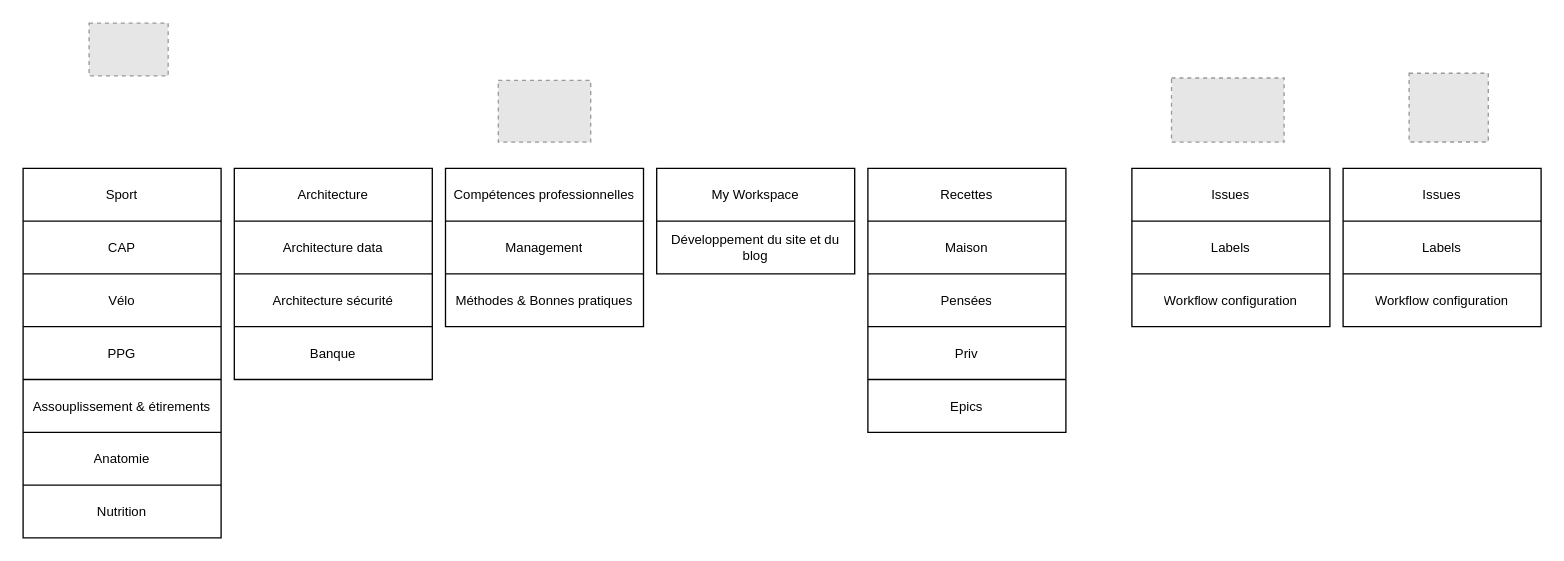
Earlier version of the draw.io diagram MyDesktop.drawio (TheFeloDevTeam/Diagrams). Source tidied: cells renumbered, new cells numbered last; positions are measured from the earlier drawing's top-left corner, leaving out a move shared by most shapes. Both pictures are drawn from the tidied source at 132%, with x=0, y=0 at pixel (22, 22). Pictures stored in the file or linked from it are replaced by grey dashed boxes.
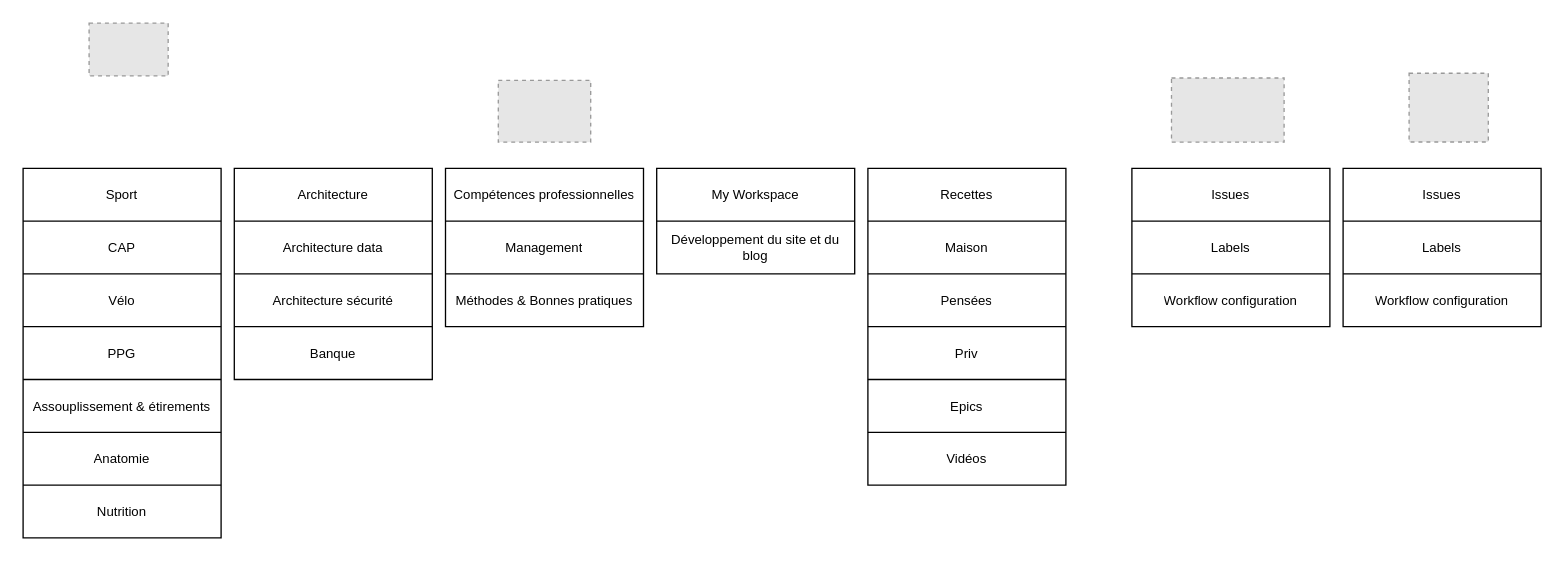
The same diagram, later.

Commit message:
maj avec vidéos

What changed in the source:
```diff
@@
     <mxCell id="58" style="shape=table;html=1;whiteSpace=wrap;startSize=0;childLayout=tableLayout;fontSize=10;spacing=4;" parent="1" vertex="1">
-      <mxGeometry x="640" y="110" width="150" height="200" as="geometry" />
+      <mxGeometry x="640" y="110" width="150" height="240" as="geometry" />
     </mxCell>
@@
+    <mxCell id="69" style="shape=partialRectangle;html=1;whiteSpace=wrap;fillColor=none;top=0;left=0;bottom=0;right=0;fontSize=10;spacing=4;" parent="58" vertex="1">
+      <mxGeometry y="200" width="150" height="40" as="geometry" />
+    </mxCell>
+    <mxCell id="70" value="Vidéos" style="shape=partialRectangle;html=1;whiteSpace=wrap;fillColor=none;top=0;left=0;bottom=0;right=0;overflow=hidden;fontSize=10;spacing=4;" parent="69" vertex="1">
+      <mxGeometry width="150" height="40" as="geometry" />
+    </mxCell>
```
